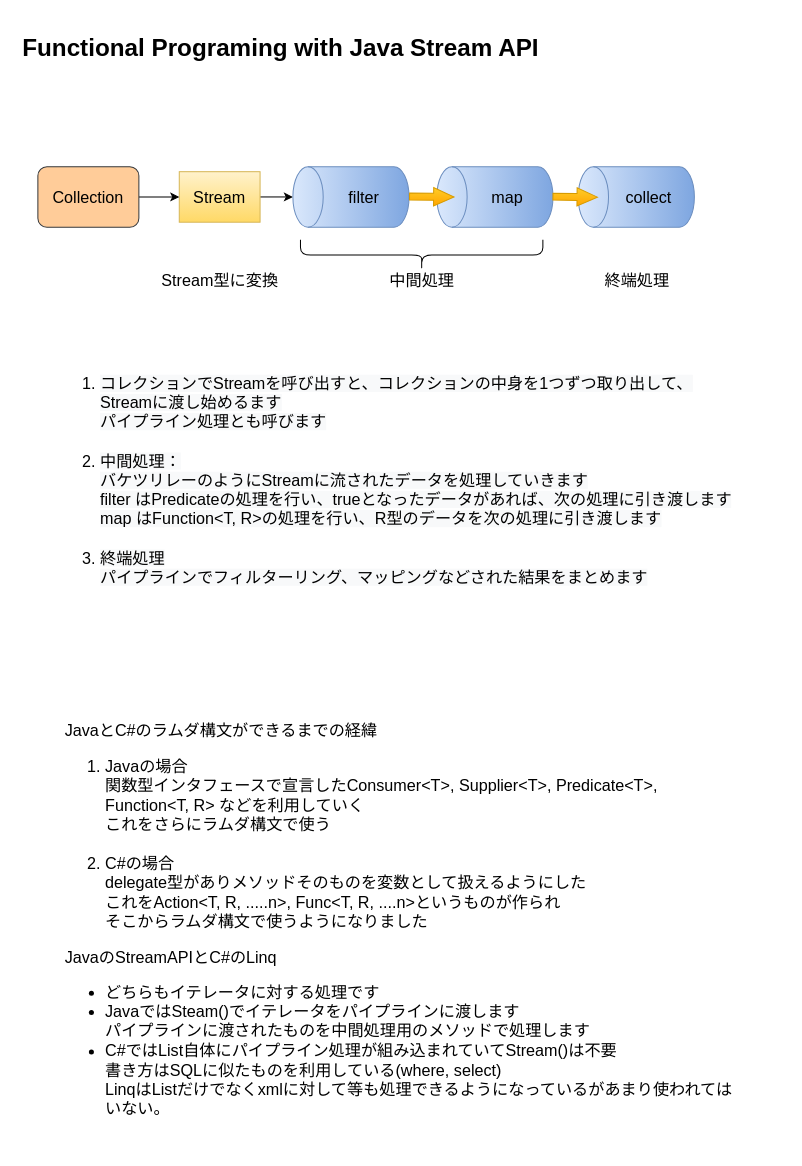
The draw.io diagram page "Stream" (4 of 4) of documents/FunctionalPrograming.drawio in mkuwan/functional, before the edit. Source tidied: cells renumbered, new cells numbered last; positions are measured from the earlier drawing's top-left corner, leaving out a move shared by most shapes. Both pictures are drawn from the tidied source at 101%, with x=0, y=0 at pixel (17, 27).
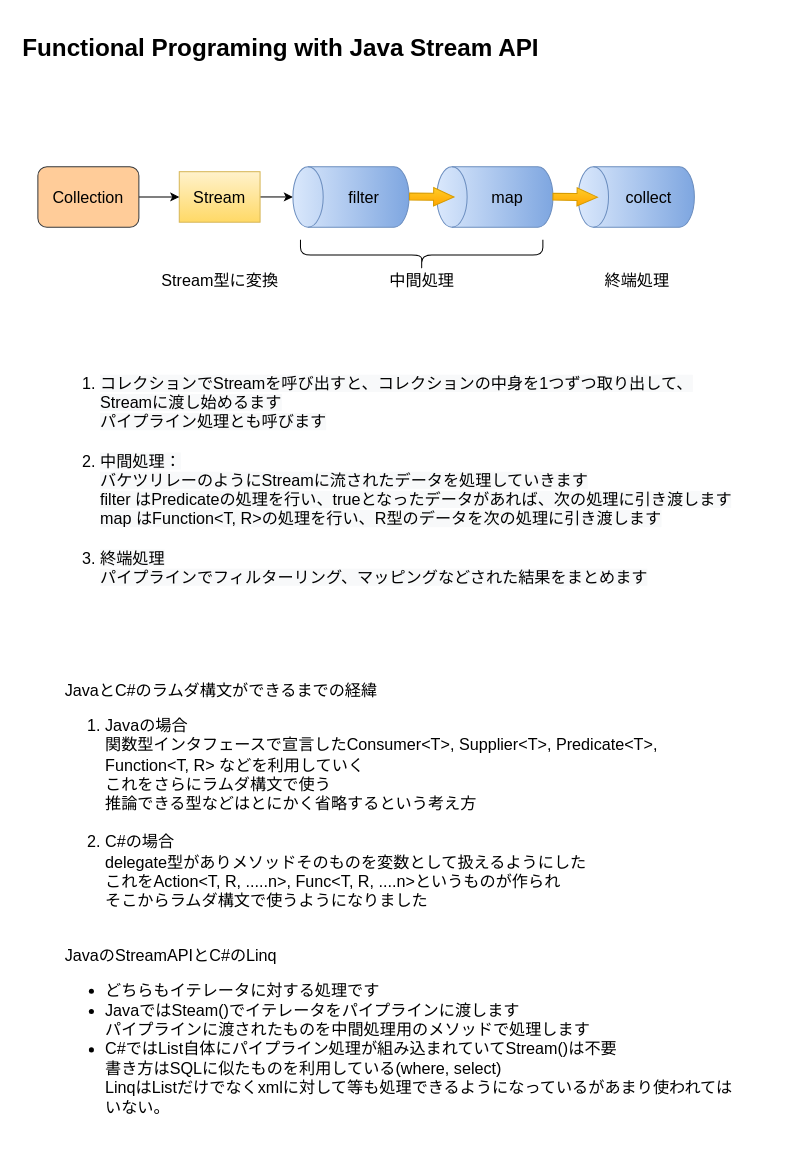
After the change.

Commit message:
DrawIOを一部修正

Diff of the diagram source:
```diff
@@
-    <mxCell id="20" value="&lt;span style=&quot;background-color: initial;&quot;&gt;JavaとC#のラムダ構文ができるまでの経緯&lt;/span&gt;&lt;br style=&quot;background-color: initial;&quot;&gt;&lt;ol style=&quot;&quot;&gt;&lt;li&gt;Javaの場合&lt;br&gt;関数型インタフェースで宣言したConsumer&amp;lt;T&amp;gt;, Supplier&amp;lt;T&amp;gt;, Predicate&amp;lt;T&amp;gt;, Function&amp;lt;T, R&amp;gt; などを利用していく&lt;br&gt;これをさらにラムダ構文で使う&lt;br&gt;&lt;br&gt;&lt;/li&gt;&lt;li&gt;C#の場合&lt;br&gt;delegate型がありメソッドそのものを変数として扱えるようにした&lt;br&gt;これをAction&amp;lt;T, R, .....n&amp;gt;, Func&amp;lt;T, R, ....n&amp;gt;というものが作られ&lt;br&gt;そこからラムダ構文で使うようになりました&lt;/li&gt;&lt;/ol&gt;JavaのStreamAPIとC#のLinq&lt;br&gt;&lt;ul&gt;&lt;li&gt;&lt;span style=&quot;background-color: initial;&quot;&gt;どちらもイテレータに対する処理です&lt;/span&gt;&lt;/li&gt;&lt;li&gt;JavaではSteam()でイテレータをパイプラインに渡します&lt;br&gt;パイプラインに渡されたものを中間処理用のメソッドで処理します&lt;/li&gt;&lt;li&gt;C#ではList自体にパイプライン処理が組み込まれていてStream()は不要&lt;br&gt;書き方はSQLに似たものを利用している(where, select)&lt;br&gt;LinqはListだけでなくxmlに対して等も処理できるようになっているがあまり使われてはいない。&lt;/li&gt;&lt;/ul&gt;" style="text;whiteSpace=wrap;html=1;fontSize=16;" parent="1" vertex="1">
-      <mxGeometry x="45" y="680" width="670" height="430" as="geometry" />
+    <mxCell id="20" value="&lt;span style=&quot;background-color: initial;&quot;&gt;JavaとC#のラムダ構文ができるまでの経緯&lt;/span&gt;&lt;br style=&quot;background-color: initial;&quot;&gt;&lt;ol style=&quot;&quot;&gt;&lt;li&gt;Javaの場合&lt;br&gt;関数型インタフェースで宣言したConsumer&amp;lt;T&amp;gt;, Supplier&amp;lt;T&amp;gt;, Predicate&amp;lt;T&amp;gt;, Function&amp;lt;T, R&amp;gt; などを利用していく&lt;br&gt;これをさらにラムダ構文で使う&lt;br&gt;推論できる型などはとにかく省略するという考え方&lt;br&gt;&lt;br&gt;&lt;/li&gt;&lt;li&gt;C#の場合&lt;br&gt;delegate型がありメソッドそのものを変数として扱えるようにした&lt;br&gt;これをAction&amp;lt;T, R, .....n&amp;gt;, Func&amp;lt;T, R, ....n&amp;gt;というものが作られ&lt;br&gt;そこからラムダ構文で使うようになりました&lt;/li&gt;&lt;/ol&gt;&lt;div&gt;&lt;br&gt;&lt;/div&gt;JavaのStreamAPIとC#のLinq&lt;br&gt;&lt;ul&gt;&lt;li&gt;&lt;span style=&quot;background-color: initial;&quot;&gt;どちらもイテレータに対する処理です&lt;/span&gt;&lt;/li&gt;&lt;li&gt;JavaではSteam()でイテレータをパイプラインに渡します&lt;br&gt;パイプラインに渡されたものを中間処理用のメソッドで処理します&lt;/li&gt;&lt;li&gt;C#ではList自体にパイプライン処理が組み込まれていてStream()は不要&lt;br&gt;書き方はSQLに似たものを利用している(where, select)&lt;br&gt;LinqはListだけでなくxmlに対して等も処理できるようになっているがあまり使われてはいない。&lt;/li&gt;&lt;/ul&gt;" style="text;whiteSpace=wrap;html=1;fontSize=16;" parent="1" vertex="1">
+      <mxGeometry x="45" y="640" width="670" height="470" as="geometry" />
     </mxCell>
```
